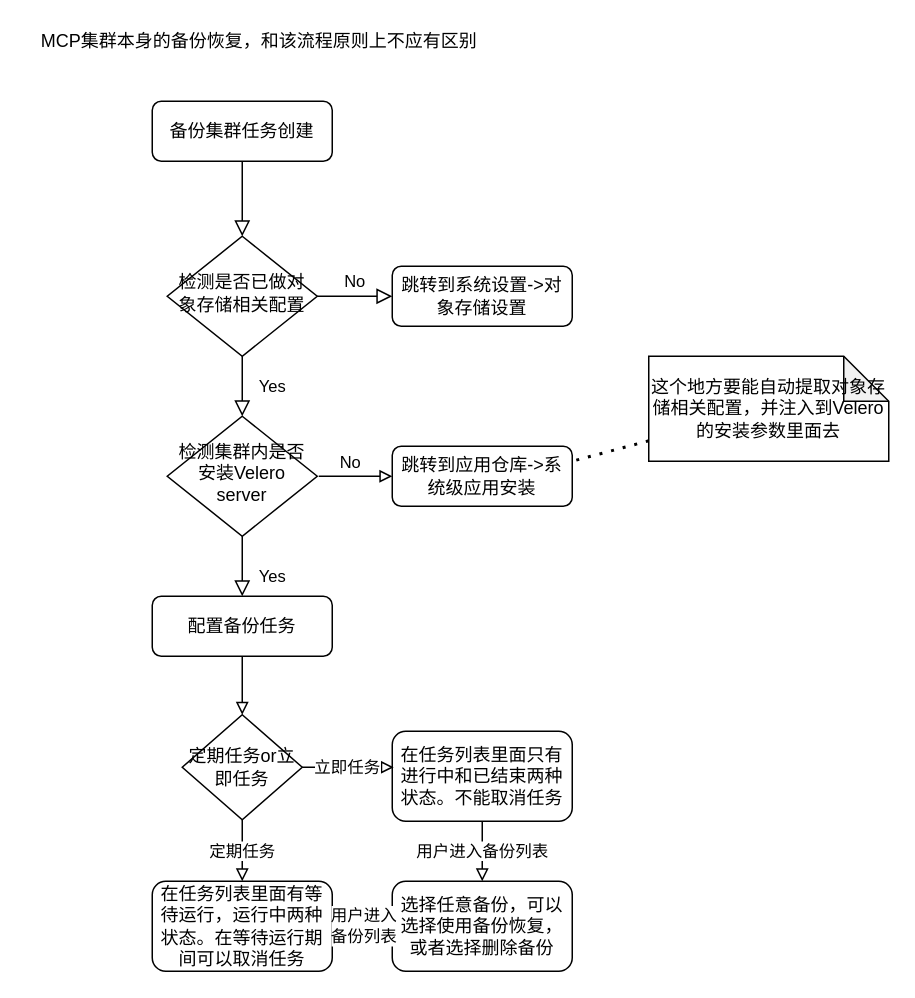
This is 集群备份恢复流程图.drawio from MingZhang-YBPS/MCP-draw.io, a draw.io file, before an edit. Source tidied: cells renumbered, new cells numbered last; positions are measured from the earlier drawing's top-left corner, leaving out a move shared by most shapes. Both pictures are drawn from the tidied source at 150%, with x=0, y=0 at pixel (26, 26).
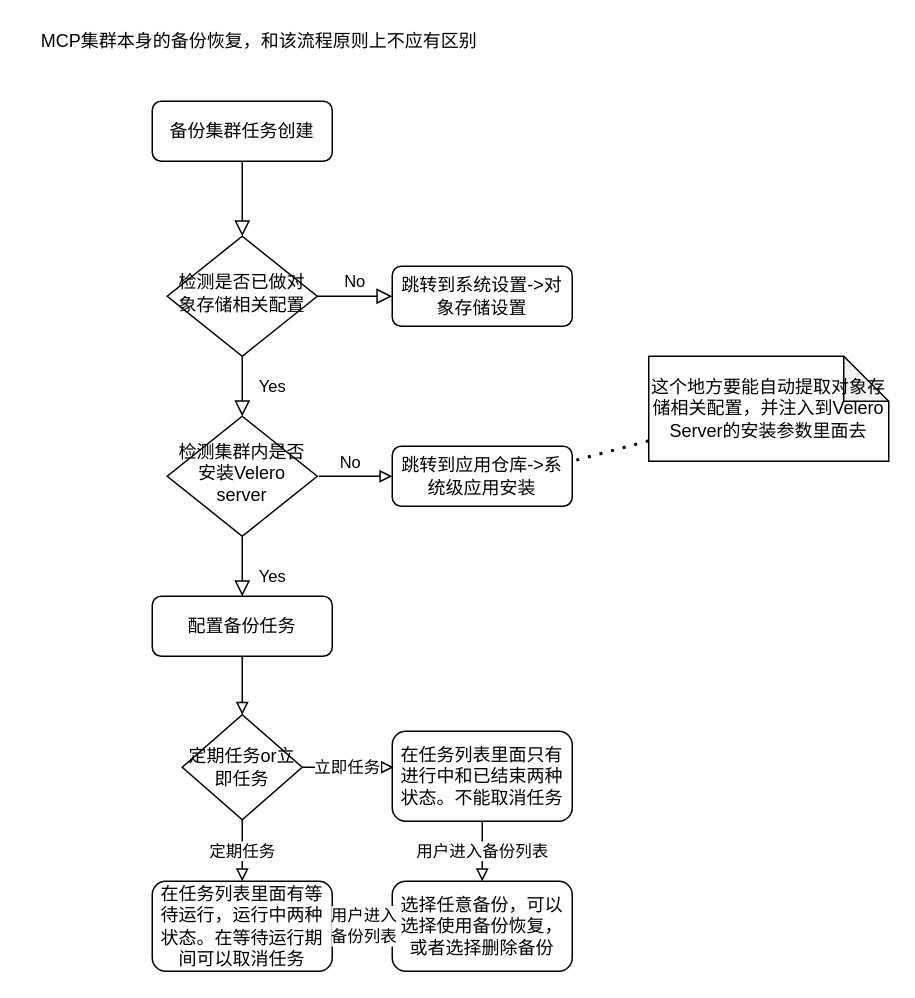
After the change.

Commit message:
Update 集群备份恢复流程图.drawio

Change to the diagram source:
```diff
@@
-    <mxCell id="15" value="这个地方要能自动提取对象存储相关配置，并注入到Velero的安装参数里面去" style="shape=note;whiteSpace=wrap;html=1;backgroundOutline=1;darkOpacity=0.05;" parent="1" vertex="1">
+    <mxCell id="15" value="这个地方要能自动提取对象存储相关配置，并注入到Velero Server的安装参数里面去" style="shape=note;whiteSpace=wrap;html=1;backgroundOutline=1;darkOpacity=0.05;" parent="1" vertex="1">
       <mxGeometry x="415" y="220" width="160" height="70" as="geometry" />
     </mxCell>
```
